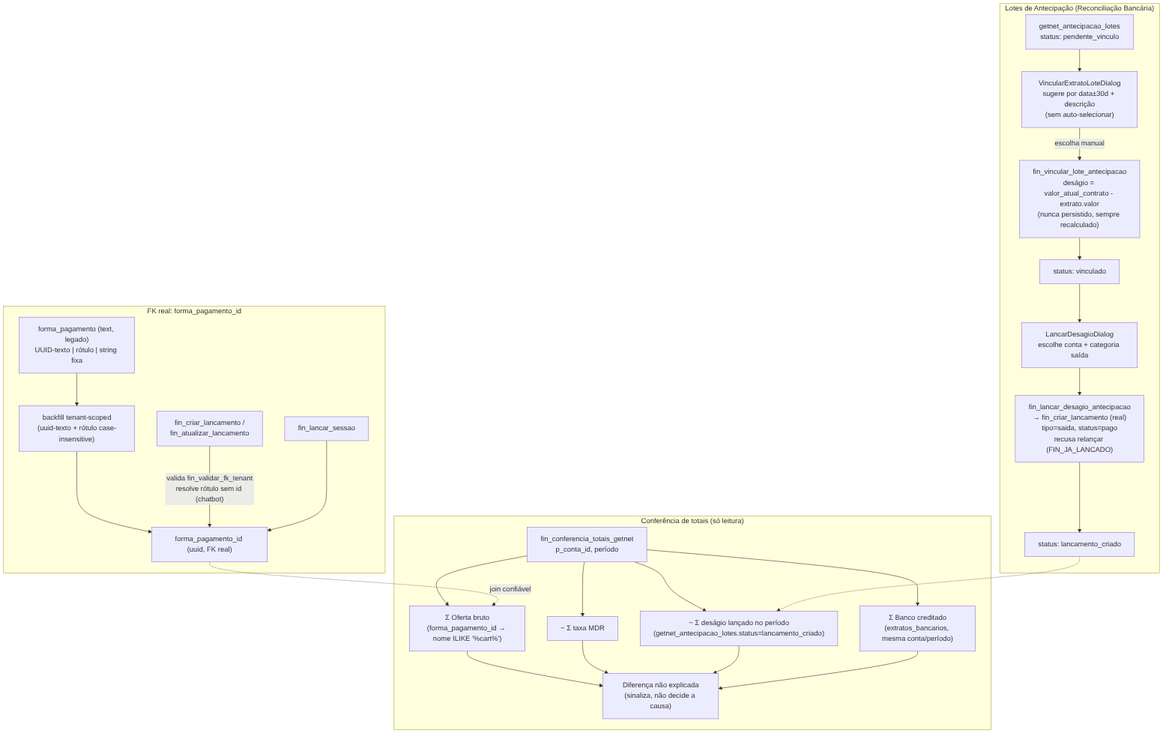
Before: docs/diagramas/exports/fluxo-financeiro_19.png, a diagram exported from Mermaid (adrianoapc/igreja-carvalho). Its source is kept beside it as docs/diagramas/exports/fluxo-financeiro_19.mmd.
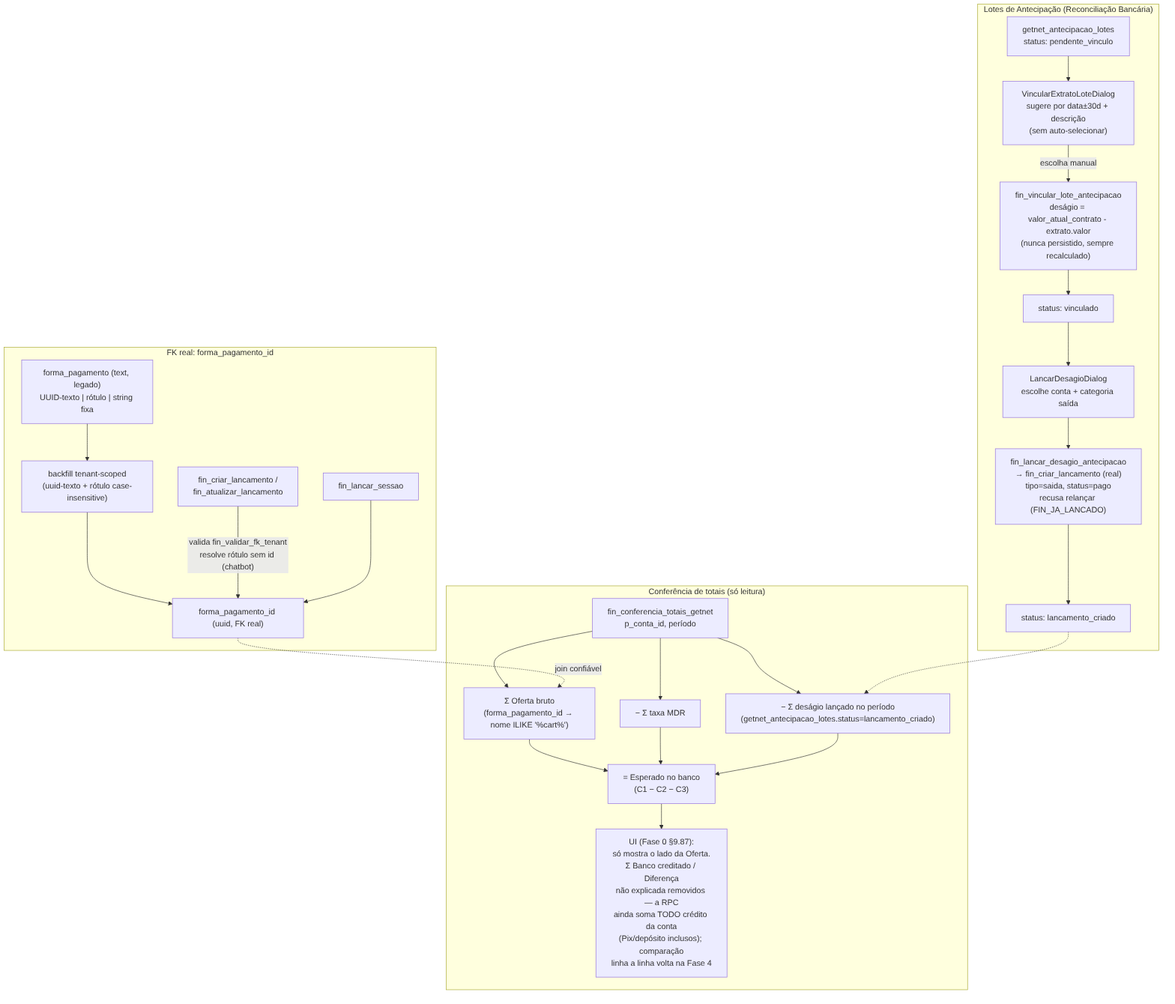
Above is the later version.

Change to the diagram source:
```diff
@@ -24,11 +24,10 @@
         RPC3 --> C1["Σ Oferta bruto\n(forma_pagamento_id → nome ILIKE '%cart%')"]
         RPC3 --> C2["− Σ taxa MDR"]
         RPC3 --> C3["− Σ deságio lançado no período\n(getnet_antecipacao_lotes.status=lancamento_criado)"]
-        RPC3 --> C4["Σ Banco creditado\n(extratos_bancarios, mesma conta/período)"]
-        C1 --> DIFF["Diferença não explicada\n(sinaliza, não decide a causa)"]
-        C2 --> DIFF
-        C3 --> DIFF
-        C4 --> DIFF
+        C1 --> ESP["= Esperado no banco\n(C1 − C2 − C3)"]
+        C2 --> ESP
+        C3 --> ESP
+        ESP --> NOTA["UI (Fase 0 §9.87):\nsó mostra o lado da Oferta.\nΣ Banco creditado / Diferença\nnão explicada removidos — a RPC\nainda soma TODO crédito da conta\n(Pix/depósito inclusos); comparação\nlinha a linha volta na Fase 4"]
     end
 
     FPID -.->|"join confiável"| C1
```
